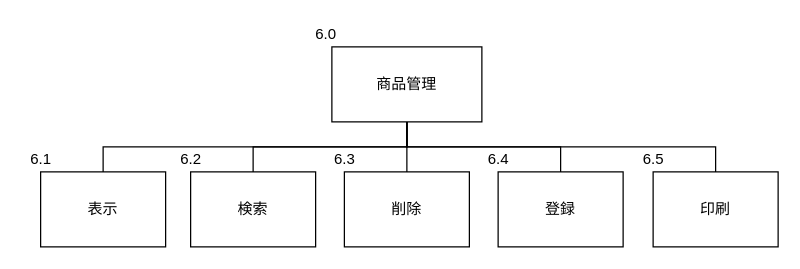
Earlier version of the draw.io diagram サブシステム構造図/商品管理.drawio (Yamanin3/system-devel). Source tidied: cells renumbered, new cells numbered last; positions are measured from the earlier drawing's top-left corner, leaving out a move shared by most shapes. Both pictures are drawn from the tidied source at 125%, with x=0, y=0 at pixel (21, 21).
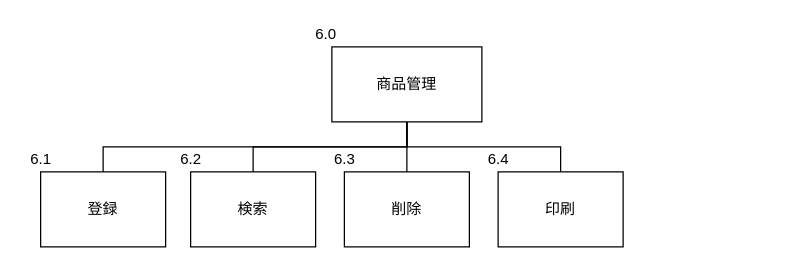
The same page after the edit.

Commit message (it also covers changes not shown here):
サブ構造図の商品管理修正、商品IPO図完成

Unchanged cells that the change refers to:
```xml
<mxCell id="2" value="商品管理" style="whiteSpace=wrap;html=1;align=center;" parent="1" vertex="1">
  <mxGeometry x="248" y="20" width="120" height="60" as="geometry" />
</mxCell>
```

Diff of the diagram source:
```diff
@@
-    <mxCell id="5" value="表示" style="whiteSpace=wrap;html=1;align=center;verticalAlign=middle;" parent="1" vertex="1">
+    <mxCell id="5" value="登録" style="whiteSpace=wrap;html=1;align=center;verticalAlign=middle;" parent="1" vertex="1">
       <mxGeometry x="15" y="120" width="100" height="60" as="geometry" />
     </mxCell>
@@
-    <mxCell id="9" value="登録" style="whiteSpace=wrap;html=1;align=center;verticalAlign=middle;" parent="1" vertex="1">
+    <mxCell id="9" value="印刷" style="whiteSpace=wrap;html=1;align=center;verticalAlign=middle;" parent="1" vertex="1">
       <mxGeometry x="381" y="120" width="100" height="60" as="geometry" />
     </mxCell>
@@
-    <mxCell id="16" value="印刷" style="whiteSpace=wrap;html=1;align=center;verticalAlign=middle;" parent="1" vertex="1">
-      <mxGeometry x="505" y="120" width="100" height="60" as="geometry" />
-    </mxCell>
-    <mxCell id="17" value="6.5" style="text;html=1;align=center;verticalAlign=middle;fillColor=none;strokeColor=none;rounded=0;" parent="1" vertex="1">
-      <mxGeometry x="490" y="100" width="30" height="20" as="geometry" />
-    </mxCell>
-    <mxCell id="18" style="edgeStyle=elbowEdgeStyle;elbow=vertical;startArrow=none;endArrow=none;rounded=0;exitX=0.5;exitY=1;exitDx=0;exitDy=0;entryX=0.5;entryY=0;entryDx=0;entryDy=0;" parent="1" edge="1" source="2">
-      <mxGeometry relative="1" as="geometry">
-        <mxPoint x="555" y="120" as="targetPoint" />
-      </mxGeometry>
-    </mxCell>
```
